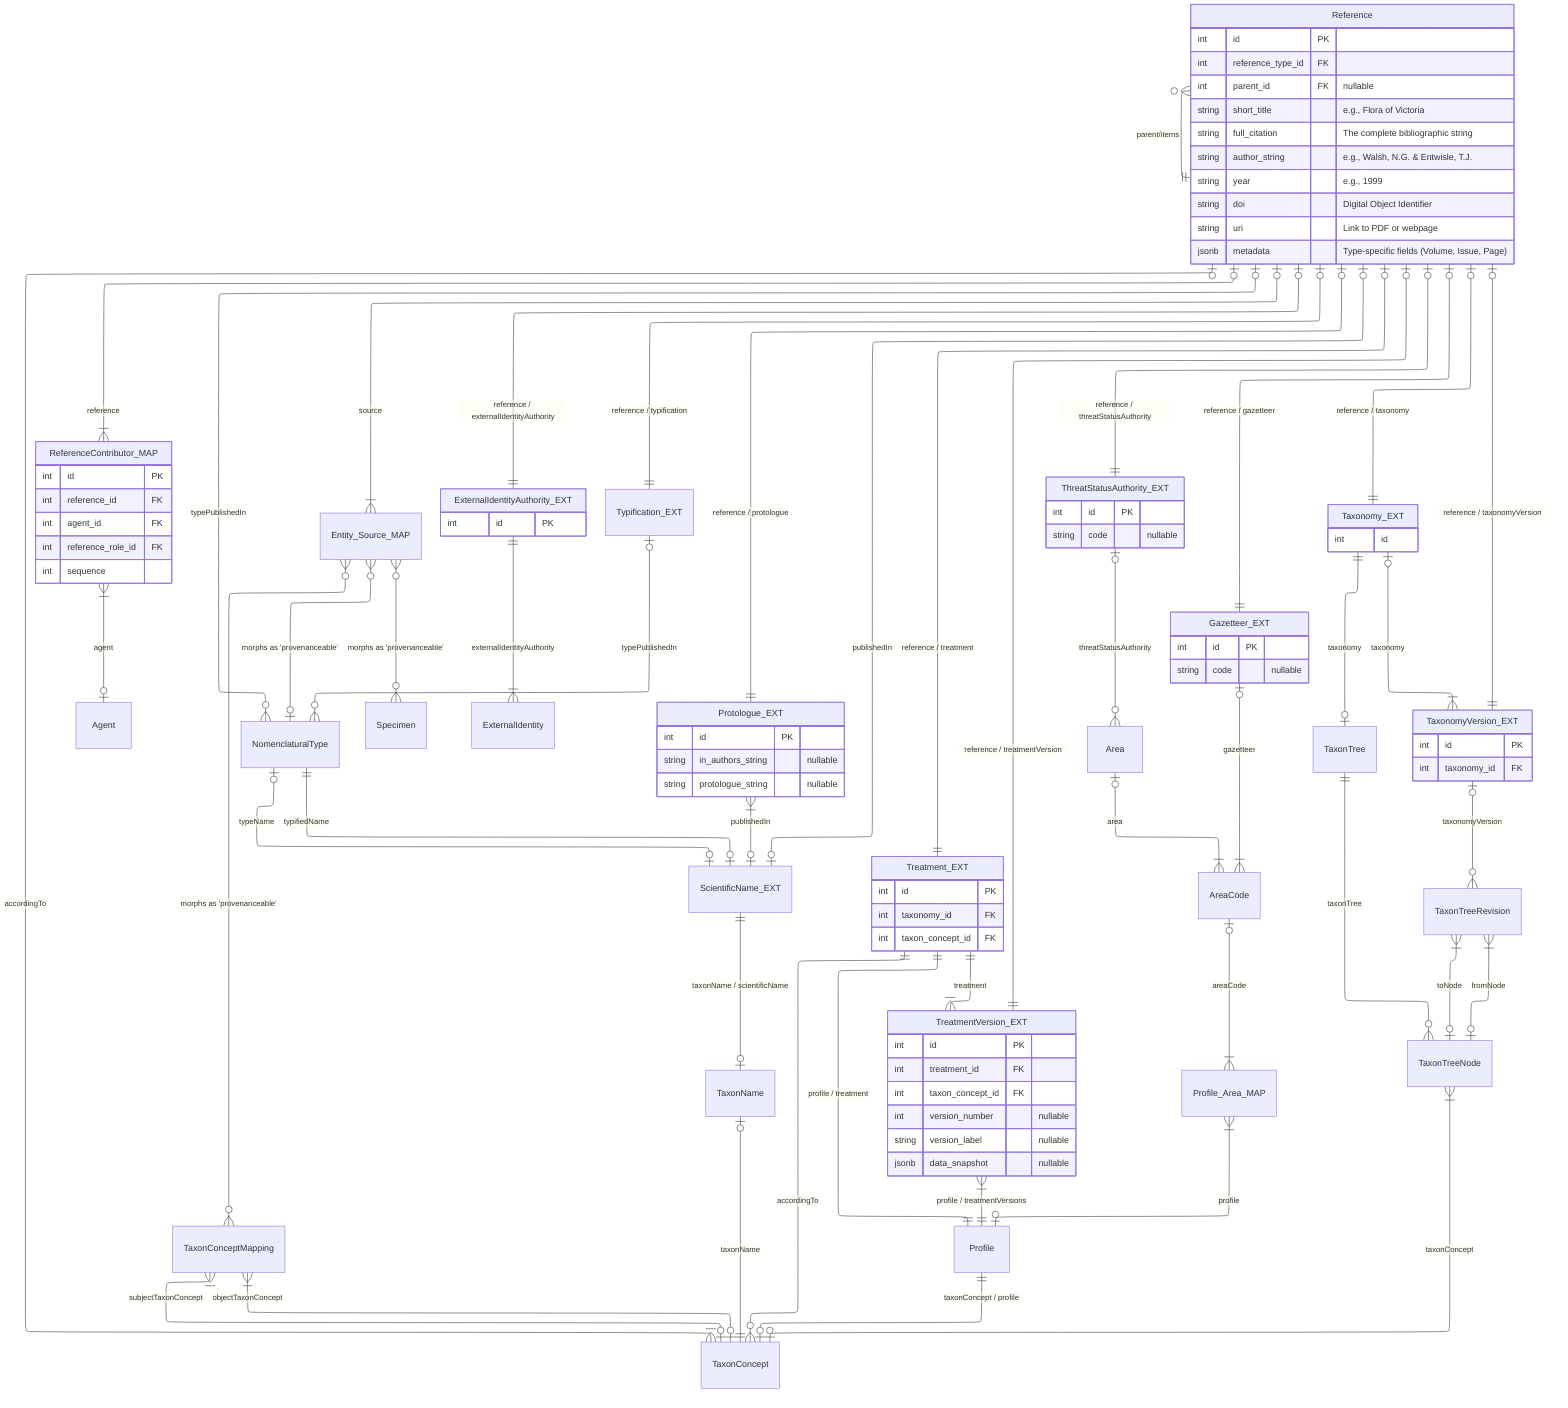
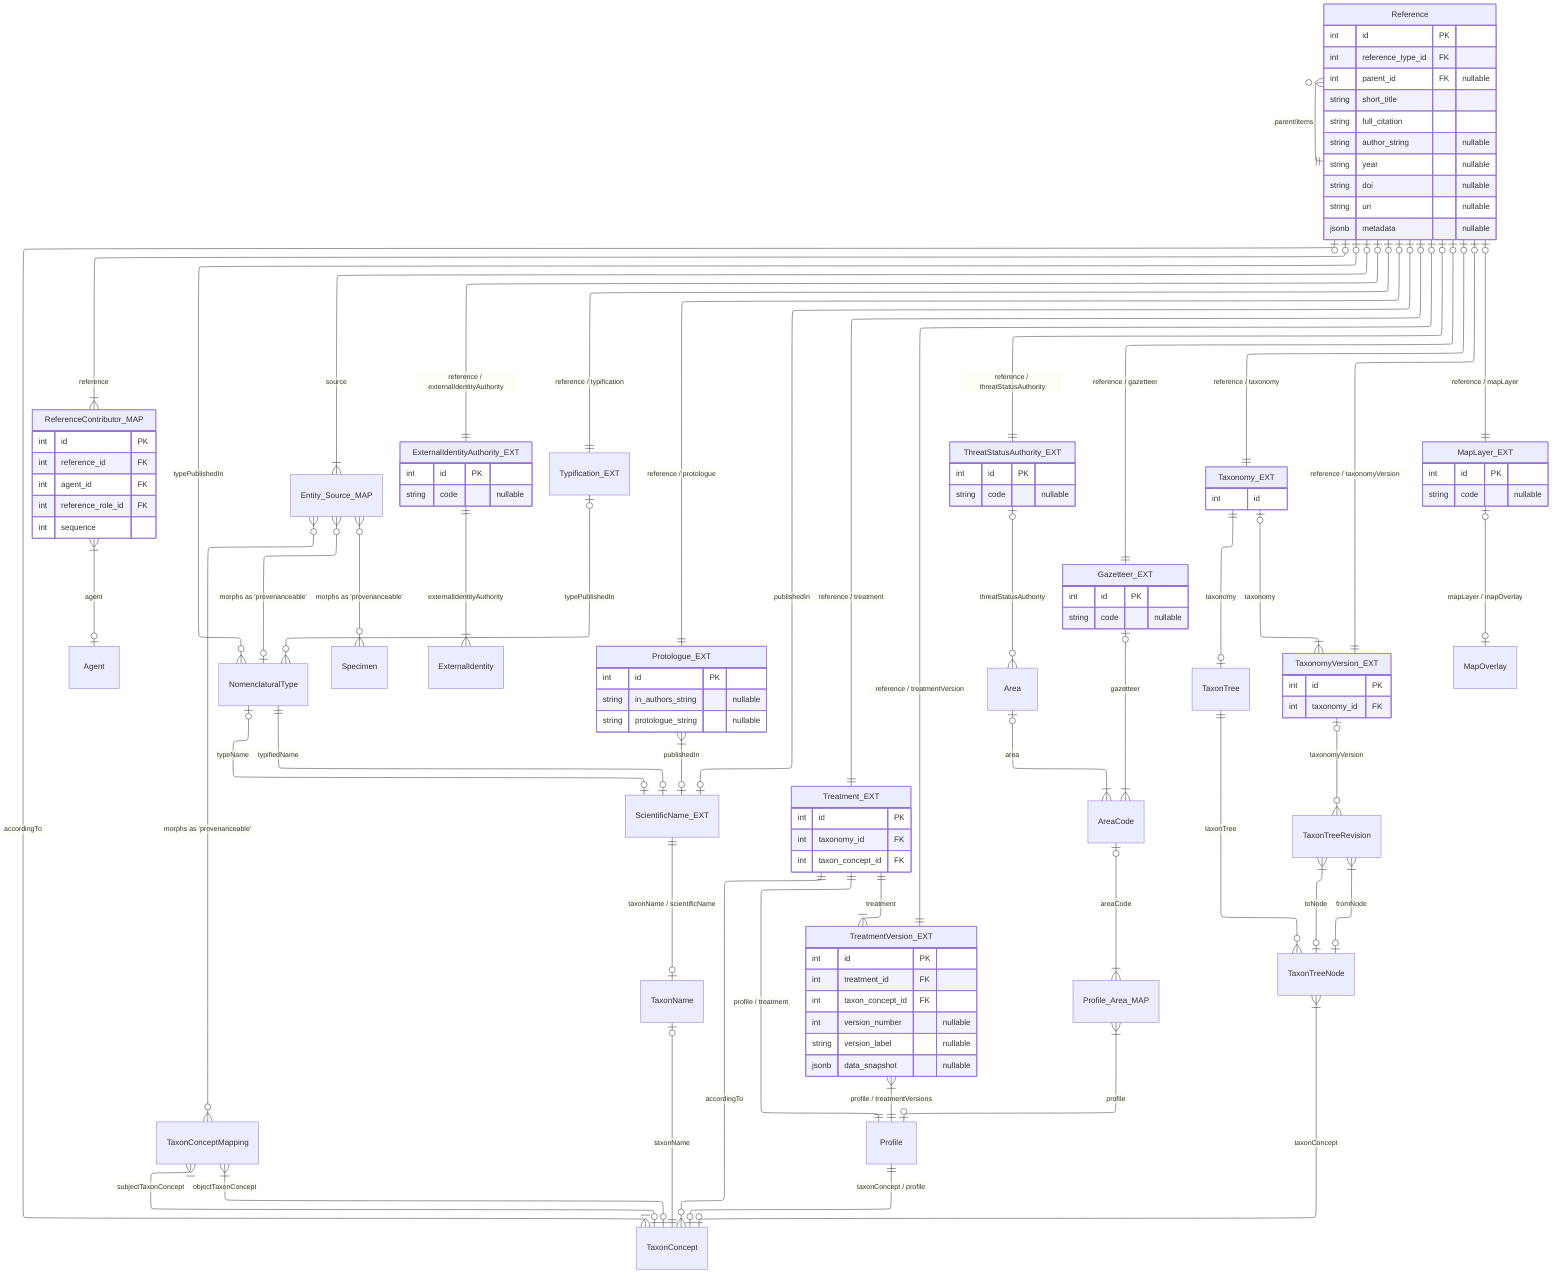
---
config:
  layout: elk
---
erDiagram
  Reference }o--|| Reference : "parent/items"
  Reference |o--|{ ReferenceContributor_MAP : reference
  ReferenceContributor_MAP }|--o| Agent : agent

  Reference |o--|{ Entity_Source_MAP : "source"
  Entity_Source_MAP }o--o| NomenclaturalType : "morphs as 'provenanceable'"
  Entity_Source_MAP }o--o{ TaxonConceptMapping : "morphs as 'provenanceable'"
  Entity_Source_MAP }o--o{ Specimen : "morphs as 'provenanceable'"

  Reference |o--|| ExternalIdentityAuthority_EXT : "reference / externalIdentityAuthority"
  ExternalIdentityAuthority_EXT ||--|{ ExternalIdentity : "externalIdentityAuthority"

  Reference |o--|| Protologue_EXT : "reference / protologue"
  Protologue_EXT }|--o| ScientificName_EXT : "publishedIn"
  Reference |o--o| ScientificName_EXT : "publishedIn"
  ScientificName_EXT ||--o| TaxonName : "taxonName / scientificName"
  TaxonName |o--|| TaxonConcept : "taxonName"

  Reference |o--o{ NomenclaturalType : "typePublishedIn"
  Reference |o--|| Typification_EXT : "reference / typification"
  Typification_EXT |o--o{ NomenclaturalType : "typePublishedIn"
  NomenclaturalType ||--o| ScientificName_EXT : "typifiedName"
  NomenclaturalType |o--o| ScientificName_EXT : "typeName"

  Reference |o--|| Treatment_EXT : "reference / treatment"
  Treatment_EXT ||--o{ TaxonConcept : "accordingTo"
  Reference |o--|| TreatmentVersion_EXT : "reference / treatmentVersion"
  Treatment_EXT ||--|| Profile : "profile / treatment"
  TreatmentVersion_EXT }|--|| Profile : "profile / treatmentVersions"
  Treatment_EXT ||--|{ TreatmentVersion_EXT : "treatment"
  Profile ||--o| TaxonConcept : "taxonConcept / profile"

  Reference |o--|| ThreatStatusAuthority_EXT : "reference / threatStatusAuthority"
  Reference |o--|| Gazetteer_EXT : "reference / gazetteer"
  Gazetteer_EXT |o--|{ AreaCode : "gazetteer"
  AreaCode |o--|{ Profile_Area_MAP : "areaCode"
  Area |o--|{ AreaCode : "area"
  ThreatStatusAuthority_EXT |o--o{ Area : "threatStatusAuthority"
  Profile_Area_MAP }|--o| Profile : "profile"

  TaxonConceptMapping }|--o| TaxonConcept : "subjectTaxonConcept"
  TaxonConceptMapping }|--o| TaxonConcept : "objectTaxonConcept"

  Reference |o--|| Taxonomy_EXT : "reference / taxonomy"
  Taxonomy_EXT ||--o| TaxonTree : "taxonomy"

  Reference |o--|| TaxonomyVersion_EXT : "reference / taxonomyVersion"
  TaxonomyVersion_EXT |o--o{ TaxonTreeRevision : "taxonomyVersion"
  TaxonTreeRevision }|--o| TaxonTreeNode : "fromNode"
  TaxonTreeRevision }|--o| TaxonTreeNode : "toNode"
  TaxonTreeNode }|--o| TaxonConcept : "taxonConcept"
  TaxonTree ||--o{ TaxonTreeNode : "taxonTree"
  Taxonomy_EXT |o--|{ TaxonomyVersion_EXT : "taxonomy"

  Reference |o--|{ TaxonConcept : "accordingTo"

+   Reference |o--|| MapLayer_EXT : "reference / mapLayer"
+   MapLayer_EXT |o--o| MapOverlay : "mapLayer / mapOverlay"
+ 
  Reference {
    int id PK
    int reference_type_id FK
    int parent_id FK "nullable"
-     string short_title "e.g., Flora of Victoria"
-     string full_citation "The complete bibliographic string"
-     string author_string "e.g., Walsh, N.G. & Entwisle, T.J."
-     string year "e.g., 1999"
-     string doi "Digital Object Identifier"
-     string uri "Link to PDF or webpage"
-     jsonb metadata "Type-specific fields (Volume, Issue, Page)"
+     string short_title
+     string full_citation
+     string author_string "nullable"
+     string year "nullable"
+     string doi "nullable"
+     string uri "nullable"
+     jsonb metadata "nullable"
  }

  Taxonomy_EXT {
    int id
  }

  TaxonomyVersion_EXT {
    int id PK
    int taxonomy_id FK
  }

  Treatment_EXT {
    int id PK
    int taxonomy_id FK
    int taxon_concept_id FK
  }

  TreatmentVersion_EXT {
    int id PK
    int treatment_id FK
    int taxon_concept_id FK
    int version_number "nullable"
    string version_label "nullable"
    jsonb data_snapshot "nullable"
  }

  Protologue_EXT {
    int id PK
    string in_authors_string "nullable"
    string protologue_string "nullable"
  }

  Gazetteer_EXT {
    int id PK
    string code "nullable"
  }

  ThreatStatusAuthority_EXT {
    int id PK
    string code "nullable"
  }

  ExternalIdentityAuthority_EXT {
    int id PK
+     string code "nullable"
+   }
+ 
+   MapLayer_EXT {
+     int id PK
+     string code "nullable"
  }

  ReferenceContributor_MAP {
    int id PK
    int reference_id FK
    int agent_id FK
    int reference_role_id FK
    int sequence
  }